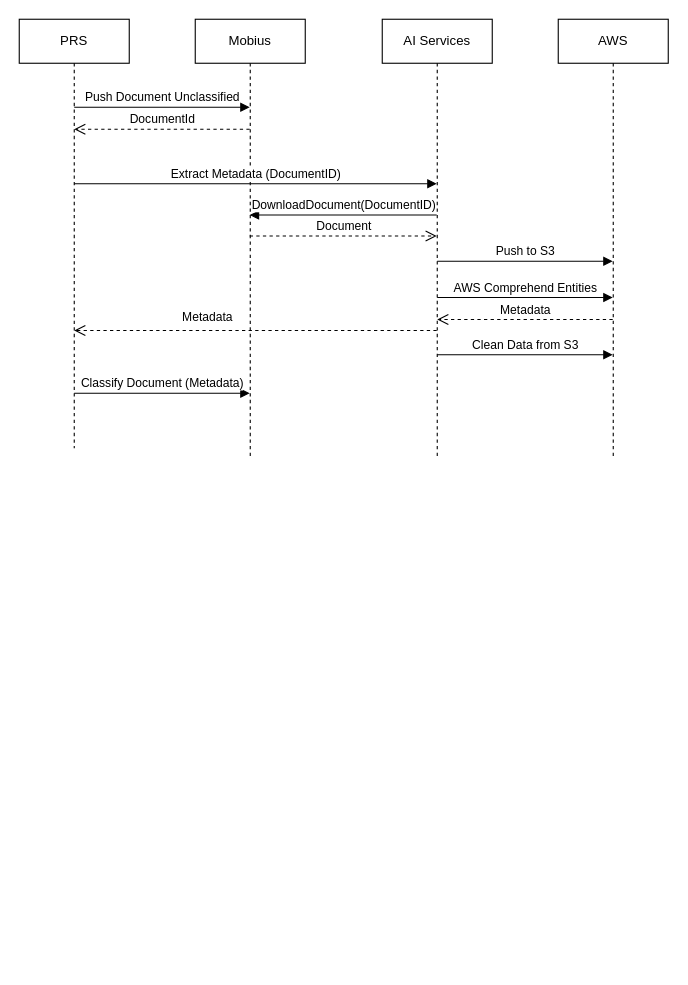
Earlier version of the draw.io diagram MobiusAIServiceUseCase.drawio (jaumemilian/Diagrams). Source tidied: cells renumbered, new cells numbered last; positions are measured from the earlier drawing's top-left corner, leaving out a move shared by most shapes. Both pictures are drawn from the tidied source at 110%, with x=0, y=0 at pixel (19, 19).
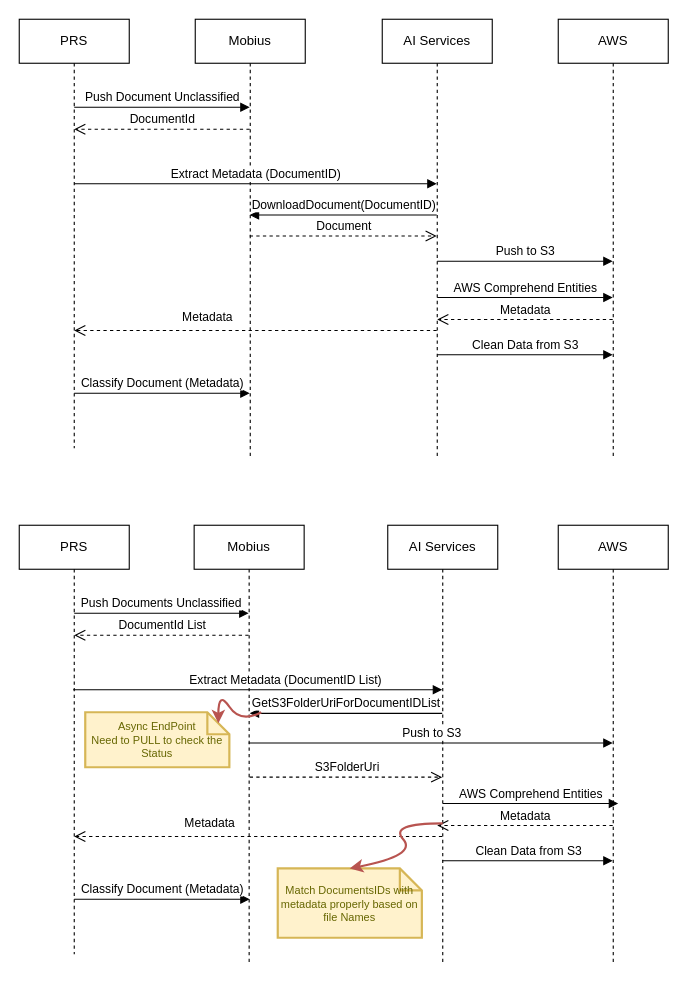
The same diagram, later.

What changed in the source:
```diff
@@
+    <mxCell id="17" value="PRS" style="shape=umlLifeline;perimeter=lifelinePerimeter;whiteSpace=wrap;html=1;" parent="1" vertex="1">
+      <mxGeometry y="460" width="100" height="390" as="geometry" />
+    </mxCell>
+    <mxCell id="18" value="Push Documents Unclassified" style="html=1;verticalAlign=bottom;endArrow=block;rounded=0;" parent="17" edge="1" target="24">
+      <mxGeometry relative="1" as="geometry">
+        <mxPoint x="50" y="80" as="sourcePoint" />
+      </mxGeometry>
+    </mxCell>
+    <mxCell id="19" value="DocumentId List" style="html=1;verticalAlign=bottom;endArrow=open;dashed=1;endSize=8;rounded=0;" parent="17" edge="1" source="24">
+      <mxGeometry relative="1" as="geometry">
+        <mxPoint x="50" y="100" as="targetPoint" />
+      </mxGeometry>
+    </mxCell>
+    <mxCell id="20" value="AI Services" style="shape=umlLifeline;perimeter=lifelinePerimeter;whiteSpace=wrap;html=1;outlineConnect=0;" parent="1" vertex="1">
+      <mxGeometry x="335" y="460" width="100" height="400" as="geometry" />
+    </mxCell>
+    <mxCell id="21" value="AWS Comprehend Entities" style="html=1;verticalAlign=bottom;endArrow=block;rounded=0;" parent="20" edge="1">
+      <mxGeometry relative="1" as="geometry">
+        <mxPoint x="50" y="253" as="sourcePoint" />
+        <mxPoint x="209.5" y="253" as="targetPoint" />
+      </mxGeometry>
+    </mxCell>
+    <mxCell id="22" value="AWS" style="shape=umlLifeline;perimeter=lifelinePerimeter;whiteSpace=wrap;html=1;" parent="1" vertex="1">
+      <mxGeometry x="490" y="460" width="100" height="400" as="geometry" />
+    </mxCell>
+    <mxCell id="23" value="Push to S3" style="html=1;verticalAlign=bottom;endArrow=block;rounded=0;" parent="22" edge="1">
+      <mxGeometry relative="1" as="geometry">
+        <mxPoint x="-281.5" y="198" as="sourcePoint" />
+        <mxPoint x="49.5" y="198" as="targetPoint" />
+      </mxGeometry>
+    </mxCell>
+    <mxCell id="24" value="Mobius" style="shape=umlLifeline;perimeter=lifelinePerimeter;whiteSpace=wrap;html=1;outlineConnect=0;" parent="1" vertex="1">
+      <mxGeometry x="159" y="460" width="100" height="400" as="geometry" />
+    </mxCell>
+    <mxCell id="25" value="Extract Metadata (DocumentID List)" style="html=1;verticalAlign=bottom;endArrow=block;rounded=0;" parent="24" edge="1" target="20">
+      <mxGeometry x="0.15" relative="1" as="geometry">
+        <mxPoint x="-110" y="149.5" as="sourcePoint" />
+      </mxGeometry>
+    </mxCell>
+    <mxCell id="26" value="GetS3FolderUriForDocumentIDList" style="html=1;verticalAlign=bottom;endArrow=block;rounded=0;" parent="1" edge="1">
+      <mxGeometry relative="1" as="geometry">
+        <mxPoint x="384.5" y="631" as="sourcePoint" />
+        <mxPoint x="209.5" y="631" as="targetPoint" />
+        <Array as="points">
+          <mxPoint x="290" y="631" />
+        </Array>
+      </mxGeometry>
+    </mxCell>
+    <mxCell id="27" value="S3FolderUri" style="html=1;verticalAlign=bottom;endArrow=open;dashed=1;endSize=8;rounded=0;" parent="1" edge="1">
+      <mxGeometry relative="1" as="geometry">
+        <mxPoint x="209.5" y="689" as="sourcePoint" />
+        <mxPoint x="384.5" y="689" as="targetPoint" />
+      </mxGeometry>
+    </mxCell>
+    <mxCell id="28" value="Metadata" style="html=1;verticalAlign=bottom;endArrow=open;dashed=1;endSize=8;rounded=0;" parent="1" edge="1">
+      <mxGeometry relative="1" as="geometry">
+        <mxPoint x="539.5" y="733" as="sourcePoint" />
+        <mxPoint x="380" y="733" as="targetPoint" />
+      </mxGeometry>
+    </mxCell>
+    <mxCell id="29" value="Metadata" style="html=1;verticalAlign=bottom;endArrow=open;dashed=1;endSize=8;rounded=0;" parent="1" edge="1" source="20">
+      <mxGeometry x="0.27" y="-3" relative="1" as="geometry">
+        <mxPoint x="50" y="743" as="targetPoint" />
+      </mxGeometry>
+    </mxCell>
+    <mxCell id="30" value="Clean Data from S3" style="html=1;verticalAlign=bottom;endArrow=block;rounded=0;" parent="1" edge="1" source="20">
+      <mxGeometry relative="1" as="geometry">
+        <mxPoint x="539.5" y="765" as="targetPoint" />
+      </mxGeometry>
+    </mxCell>
+    <mxCell id="31" value="Classify Document (Metadata)" style="html=1;verticalAlign=bottom;endArrow=block;rounded=0;" parent="1" edge="1">
+      <mxGeometry relative="1" as="geometry">
+        <mxPoint x="50" y="800" as="sourcePoint" />
+        <mxPoint x="209.5" y="800" as="targetPoint" />
+      </mxGeometry>
+    </mxCell>
+    <mxCell id="32" value="Async EndPoint&lt;br style=&quot;font-size: 10px;&quot;&gt;Need to PULL to check the Status" style="shape=note;strokeWidth=2;fontSize=10;size=20;whiteSpace=wrap;html=1;fillColor=#fff2cc;strokeColor=#d6b656;fontColor=#666600;" parent="1" vertex="1">
+      <mxGeometry x="60" y="630" width="131" height="50" as="geometry" />
+    </mxCell>
+    <mxCell id="33" style="curved=1;endArrow=classic;html=1;rounded=0;fontSize=10;fillColor=#f8cecc;strokeColor=#b85450;strokeWidth=2;entryX=0;entryY=0;entryDx=121;entryDy=10;entryPerimeter=0;" parent="1" edge="1" target="32">
+      <mxGeometry relative="1" as="geometry">
+        <mxPoint x="220" y="630" as="sourcePoint" />
+        <Array as="points">
+          <mxPoint x="201" y="640" />
+          <mxPoint x="181" y="610" />
+        </Array>
+      </mxGeometry>
+    </mxCell>
+    <mxCell id="34" value="Match DocumentsIDs with metadata properly based on file Names" style="shape=note;strokeWidth=2;fontSize=10;size=20;whiteSpace=wrap;html=1;fillColor=#fff2cc;strokeColor=#d6b656;fontColor=#666600;" parent="1" vertex="1">
+      <mxGeometry x="235" y="772" width="131" height="63" as="geometry" />
+    </mxCell>
+    <mxCell id="35" style="curved=1;endArrow=classic;html=1;rounded=0;fontSize=10;fillColor=#f8cecc;strokeColor=#b85450;strokeWidth=2;entryX=0.5;entryY=0;entryDx=0;entryDy=0;entryPerimeter=0;" parent="1" edge="1" target="34">
+      <mxGeometry relative="1" as="geometry">
+        <mxPoint x="385" y="731" as="sourcePoint" />
+        <Array as="points">
+          <mxPoint x="336" y="731" />
+          <mxPoint x="362" y="760" />
+        </Array>
+      </mxGeometry>
+    </mxCell>
```
